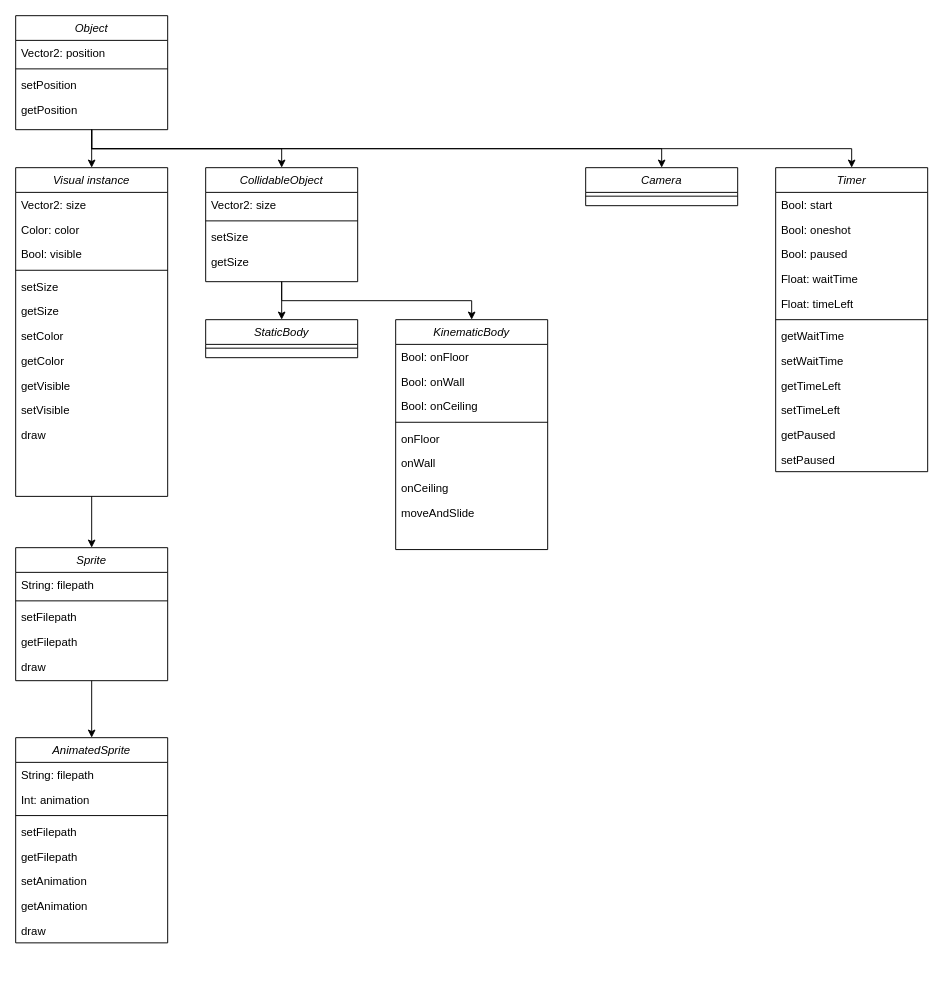
The draw.io diagram Merlin-structure.drawio in LeonStansfield/merlin, before the edit. Source tidied: cells renumbered, new cells numbered last; positions are measured from the earlier drawing's top-left corner, leaving out a move shared by most shapes. Both pictures are drawn from the tidied source at 95%, with x=0, y=0 at pixel (15, 15).
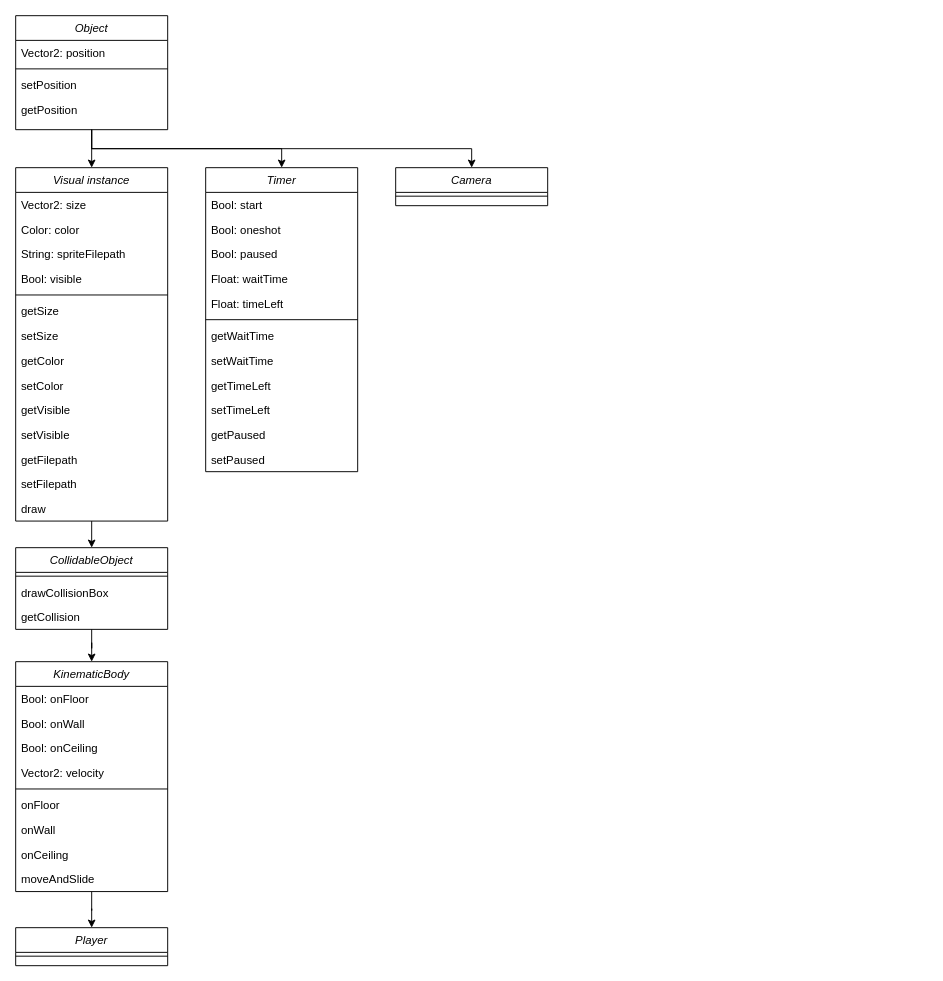
The same diagram, later.

The change refers to these unchanged cells:
```xml
<mxCell id="6" value="Object" style="swimlane;fontStyle=2;align=center;verticalAlign=top;horizontal=1;startSize=26;rounded=0;shadow=0;strokeWidth=1;" parent="1" vertex="1">
  <mxGeometry width="160" height="120" as="geometry" />
</mxCell>
```

The edit, as a diff of the source:
```diff
@@
-    <mxCell id="3" style="edgeStyle=orthogonalEdgeStyle;rounded=0;jettySize=auto;html=1;entryX=0.5;entryY=0;entryDx=0;entryDy=0;" parent="1" edge="1" source="6" target="33">
-      <mxGeometry relative="1" as="geometry">
-        <Array as="points">
-          <mxPoint x="80" y="140" />
-          <mxPoint x="280" y="140" />
-        </Array>
-      </mxGeometry>
-    </mxCell>
     <mxCell id="4" style="edgeStyle=orthogonalEdgeStyle;rounded=0;jettySize=auto;html=1;entryX=0.5;entryY=0;entryDx=0;entryDy=0;" parent="1" edge="1" source="6" target="58">
       <mxGeometry relative="1" as="geometry">
         <Array as="points">
           <mxPoint x="80" y="140" />
-          <mxPoint x="680" y="140" />
+          <mxPoint x="480" y="140" />
         </Array>
       </mxGeometry>
     </mxCell>
     <mxCell id="5" style="edgeStyle=orthogonalEdgeStyle;rounded=0;jettySize=auto;html=1;exitX=0.5;exitY=1;exitDx=0;exitDy=0;entryX=0.5;entryY=0;entryDx=0;entryDy=0;" parent="1" edge="1" source="6" target="60">
-      <mxGeometry relative="1" as="geometry" />
+      <mxGeometry relative="1" as="geometry">
+        <Array as="points">
+          <mxPoint x="80" y="140" />
+          <mxPoint x="280" y="140" />
+        </Array>
+      </mxGeometry>
     </mxCell>
@@
-    <mxCell id="11" style="edgeStyle=orthogonalEdgeStyle;rounded=0;jettySize=auto;html=1;exitX=0.5;exitY=1;exitDx=0;exitDy=0;entryX=0.5;entryY=0;entryDx=0;entryDy=0;" parent="1" edge="1" source="12" target="25">
+    <mxCell id="11" style="edgeStyle=orthogonalEdgeStyle;rounded=0;jettySize=auto;html=1;exitX=0.5;exitY=1;exitDx=0;exitDy=0;entryX=0.5;entryY=0;entryDx=0;entryDy=0;" parent="1" edge="1" source="12" target="33">
       <mxGeometry relative="1" as="geometry" />
     </mxCell>
     <mxCell id="12" value="Visual instance" style="swimlane;fontStyle=2;align=center;verticalAlign=top;horizontal=1;startSize=26;rounded=0;shadow=0;strokeWidth=1;" parent="1" vertex="1">
-      <mxGeometry y="160" width="160" height="346" as="geometry" />
+      <mxGeometry y="160" width="160" height="372" as="geometry" />
     </mxCell>
@@
+    <mxCell id="73" value="String: spriteFilepath" style="text;align=left;verticalAlign=top;spacingLeft=4;spacingRight=4;overflow=hidden;" parent="12" vertex="1">
+      <mxGeometry y="78" width="160" height="26" as="geometry" />
+    </mxCell>
     <mxCell id="15" value="Bool: visible" style="text;align=left;verticalAlign=top;spacingLeft=4;spacingRight=4;overflow=hidden;" parent="12" vertex="1">
-      <mxGeometry y="78" width="160" height="26" as="geometry" />
+      <mxGeometry y="104" width="160" height="26" as="geometry" />
     </mxCell>
     <mxCell id="16" style="line;html=1;strokeWidth=1;align=left;verticalAlign=middle;spacingTop=-1;spacingLeft=3;spacingRight=3;labelPosition=right;" parent="12" vertex="1">
-      <mxGeometry y="104" width="160" height="8" as="geometry" />
+      <mxGeometry y="130" width="160" height="8" as="geometry" />
     </mxCell>
+    <mxCell id="18" value="getSize" style="text;align=left;verticalAlign=top;spacingLeft=4;spacingRight=4;overflow=hidden;" parent="12" vertex="1">
+      <mxGeometry y="138" width="160" height="26" as="geometry" />
+    </mxCell>
     <mxCell id="17" value="setSize" style="text;align=left;verticalAlign=top;spacingLeft=4;spacingRight=4;overflow=hidden;" parent="12" vertex="1">
-      <mxGeometry y="112" width="160" height="26" as="geometry" />
+      <mxGeometry y="164" width="160" height="26" as="geometry" />
     </mxCell>
-    <mxCell id="18" value="getSize" style="text;align=left;verticalAlign=top;spacingLeft=4;spacingRight=4;overflow=hidden;" parent="12" vertex="1">
-      <mxGeometry y="138" width="160" height="26" as="geometry" />
-    </mxCell>
+    <mxCell id="20" value="getColor" style="text;align=left;verticalAlign=top;spacingLeft=4;spacingRight=4;overflow=hidden;" parent="12" vertex="1">
+      <mxGeometry y="190" width="160" height="26" as="geometry" />
+    </mxCell>
     <mxCell id="19" value="setColor" style="text;align=left;verticalAlign=top;spacingLeft=4;spacingRight=4;overflow=hidden;" parent="12" vertex="1">
-      <mxGeometry y="164" width="160" height="26" as="geometry" />
+      <mxGeometry y="216" width="160" height="26" as="geometry" />
     </mxCell>
-    <mxCell id="20" value="getColor" style="text;align=left;verticalAlign=top;spacingLeft=4;spacingRight=4;overflow=hidden;" parent="12" vertex="1">
-      <mxGeometry y="190" width="160" height="26" as="geometry" />
-    </mxCell>
     <mxCell id="21" value="getVisible" style="text;align=left;verticalAlign=top;spacingLeft=4;spacingRight=4;overflow=hidden;" parent="12" vertex="1">
-      <mxGeometry y="216" width="160" height="26" as="geometry" />
+      <mxGeometry y="242" width="160" height="26" as="geometry" />
     </mxCell>
     <mxCell id="22" value="setVisible" style="text;align=left;verticalAlign=top;spacingLeft=4;spacingRight=4;overflow=hidden;" parent="12" vertex="1">
-      <mxGeometry y="242" width="160" height="26" as="geometry" />
+      <mxGeometry y="268" width="160" height="26" as="geometry" />
     </mxCell>
+    <mxCell id="29" value="getFilepath" style="text;align=left;verticalAlign=top;spacingLeft=4;spacingRight=4;overflow=hidden;" parent="12" vertex="1">
+      <mxGeometry y="294" width="160" height="26" as="geometry" />
+    </mxCell>
+    <mxCell id="28" value="setFilepath" style="text;align=left;verticalAlign=top;spacingLeft=4;spacingRight=4;overflow=hidden;" parent="12" vertex="1">
+      <mxGeometry y="320" width="160" height="26" as="geometry" />
+    </mxCell>
     <mxCell id="23" value="draw" style="text;align=left;verticalAlign=top;spacingLeft=4;spacingRight=4;overflow=hidden;" parent="12" vertex="1">
-      <mxGeometry y="268" width="160" height="26" as="geometry" />
+      <mxGeometry y="346" width="160" height="26" as="geometry" />
     </mxCell>
-    <mxCell id="24" style="edgeStyle=orthogonalEdgeStyle;rounded=0;jettySize=auto;html=1;exitX=0.5;exitY=1;exitDx=0;exitDy=0;entryX=0.5;entryY=0;entryDx=0;entryDy=0;" parent="1" edge="1" source="25" target="49">
-      <mxGeometry relative="1" as="geometry" />
-    </mxCell>
-    <mxCell id="25" value="Sprite" style="swimlane;fontStyle=2;align=center;verticalAlign=top;horizontal=1;startSize=26;rounded=0;shadow=0;strokeWidth=1;" parent="1" vertex="1">
-      <mxGeometry y="560" width="160" height="140" as="geometry" />
-    </mxCell>
-    <mxCell id="26" value="String: filepath" style="text;align=left;verticalAlign=top;spacingLeft=4;spacingRight=4;overflow=hidden;" parent="25" vertex="1">
-      <mxGeometry y="26" width="160" height="26" as="geometry" />
-    </mxCell>
-    <mxCell id="27" style="line;html=1;strokeWidth=1;align=left;verticalAlign=middle;spacingTop=-1;spacingLeft=3;spacingRight=3;labelPosition=right;" parent="25" vertex="1">
-      <mxGeometry y="52" width="160" height="8" as="geometry" />
-    </mxCell>
-    <mxCell id="28" value="setFilepath" style="text;align=left;verticalAlign=top;spacingLeft=4;spacingRight=4;overflow=hidden;" parent="25" vertex="1">
-      <mxGeometry y="60" width="160" height="26" as="geometry" />
-    </mxCell>
-    <mxCell id="29" value="getFilepath" style="text;align=left;verticalAlign=top;spacingLeft=4;spacingRight=4;overflow=hidden;" parent="25" vertex="1">
-      <mxGeometry y="86" width="160" height="26" as="geometry" />
-    </mxCell>
-    <mxCell id="30" value="draw" style="text;align=left;verticalAlign=top;spacingLeft=4;spacingRight=4;overflow=hidden;" parent="25" vertex="1">
-      <mxGeometry y="112" width="160" height="26" as="geometry" />
-    </mxCell>
-    <mxCell id="31" style="edgeStyle=orthogonalEdgeStyle;rounded=0;jettySize=auto;html=1;exitX=0.5;exitY=1;exitDx=0;exitDy=0;" parent="1" edge="1" source="33">
-      <mxGeometry relative="1" as="geometry">
-        <mxPoint x="280" y="320" as="targetPoint" />
-      </mxGeometry>
-    </mxCell>
-    <mxCell id="32" style="edgeStyle=orthogonalEdgeStyle;rounded=0;jettySize=auto;html=1;entryX=0.5;entryY=0;entryDx=0;entryDy=0;" parent="1" edge="1" source="33" target="40">
+    <mxCell id="32" style="edgeStyle=orthogonalEdgeStyle;rounded=0;jettySize=auto;html=1;entryX=0.5;entryY=0;entryDx=0;entryDy=0;" parent="1" edge="1" target="40">
       <mxGeometry relative="1" as="geometry">
-        <Array as="points">
-          <mxPoint x="280" y="300" />
-          <mxPoint x="480" y="300" />
-        </Array>
+        <mxPoint x="80" y="686" as="sourcePoint" />
       </mxGeometry>
     </mxCell>
+    <mxCell id="74" style="edgeStyle=orthogonalEdgeStyle;rounded=0;jettySize=auto;html=1;entryX=0.5;entryY=0;entryDx=0;entryDy=0;" parent="1" edge="1" source="33" target="40">
+      <mxGeometry relative="1" as="geometry" />
+    </mxCell>
     <mxCell id="33" value="CollidableObject" style="swimlane;fontStyle=2;align=center;verticalAlign=top;horizontal=1;startSize=26;rounded=0;shadow=0;strokeWidth=1;" parent="1" vertex="1">
-      <mxGeometry x="200" y="160" width="160" height="120" as="geometry" />
+      <mxGeometry y="560" width="160" height="86" as="geometry" />
     </mxCell>
-    <mxCell id="34" value="Vector2: size" style="text;align=left;verticalAlign=top;spacingLeft=4;spacingRight=4;overflow=hidden;" parent="33" vertex="1">
-      <mxGeometry y="26" width="160" height="26" as="geometry" />
-    </mxCell>
     <mxCell id="35" style="line;html=1;strokeWidth=1;align=left;verticalAlign=middle;spacingTop=-1;spacingLeft=3;spacingRight=3;labelPosition=right;" parent="33" vertex="1">
-      <mxGeometry y="52" width="160" height="8" as="geometry" />
+      <mxGeometry y="26" width="160" height="8" as="geometry" />
     </mxCell>
-    <mxCell id="36" value="setSize" style="text;align=left;verticalAlign=top;spacingLeft=4;spacingRight=4;overflow=hidden;" parent="33" vertex="1">
-      <mxGeometry y="60" width="160" height="26" as="geometry" />
-    </mxCell>
-    <mxCell id="37" value="getSize" style="text;align=left;verticalAlign=top;spacingLeft=4;spacingRight=4;overflow=hidden;" parent="33" vertex="1">
-      <mxGeometry y="86" width="160" height="26" as="geometry" />
-    </mxCell>
-    <mxCell id="38" value="StaticBody" style="swimlane;fontStyle=2;align=center;verticalAlign=top;horizontal=1;startSize=26;rounded=0;shadow=0;strokeWidth=1;" parent="1" vertex="1">
-      <mxGeometry x="200" y="320" width="160" height="40" as="geometry" />
-    </mxCell>
-    <mxCell id="39" style="line;html=1;strokeWidth=1;align=left;verticalAlign=middle;spacingTop=-1;spacingLeft=3;spacingRight=3;labelPosition=right;" parent="38" vertex="1">
-      <mxGeometry y="26" width="160" height="8" as="geometry" />
-    </mxCell>
+    <mxCell id="75" value="drawCollisionBox" style="text;align=left;verticalAlign=top;spacingLeft=4;spacingRight=4;overflow=hidden;" parent="33" vertex="1">
+      <mxGeometry y="34" width="160" height="26" as="geometry" />
+    </mxCell>
+    <mxCell id="76" value="getCollision" style="text;align=left;verticalAlign=top;spacingLeft=4;spacingRight=4;overflow=hidden;" parent="33" vertex="1">
+      <mxGeometry y="60" width="160" height="26" as="geometry" />
+    </mxCell>
+    <mxCell id="77" style="edgeStyle=orthogonalEdgeStyle;rounded=0;jettySize=auto;html=1;entryX=0.5;entryY=0;entryDx=0;entryDy=0;" parent="1" edge="1" source="40" target="79">
+      <mxGeometry relative="1" as="geometry" />
+    </mxCell>
     <mxCell id="40" value="KinematicBody" style="swimlane;fontStyle=2;align=center;verticalAlign=top;horizontal=1;startSize=26;rounded=0;shadow=0;strokeWidth=1;" parent="1" vertex="1">
-      <mxGeometry x="400" y="320" width="160" height="242" as="geometry" />
+      <mxGeometry y="680" width="160" height="242" as="geometry" />
     </mxCell>
@@
+    <mxCell id="78" value="Vector2: velocity" style="text;align=left;verticalAlign=top;spacingLeft=4;spacingRight=4;overflow=hidden;" parent="40" vertex="1">
+      <mxGeometry y="104" width="160" height="26" as="geometry" />
+    </mxCell>
     <mxCell id="44" style="line;html=1;strokeWidth=1;align=left;verticalAlign=middle;spacingTop=-1;spacingLeft=3;spacingRight=3;labelPosition=right;" parent="40" vertex="1">
-      <mxGeometry y="104" width="160" height="8" as="geometry" />
+      <mxGeometry y="130" width="160" height="8" as="geometry" />
     </mxCell>
     <mxCell id="45" value="onFloor" style="text;align=left;verticalAlign=top;spacingLeft=4;spacingRight=4;overflow=hidden;" parent="40" vertex="1">
-      <mxGeometry y="112" width="160" height="26" as="geometry" />
+      <mxGeometry y="138" width="160" height="26" as="geometry" />
     </mxCell>
     <mxCell id="46" value="onWall" style="text;align=left;verticalAlign=top;spacingLeft=4;spacingRight=4;overflow=hidden;" parent="40" vertex="1">
-      <mxGeometry y="138" width="160" height="26" as="geometry" />
+      <mxGeometry y="164" width="160" height="26" as="geometry" />
     </mxCell>
     <mxCell id="47" value="onCeiling" style="text;align=left;verticalAlign=top;spacingLeft=4;spacingRight=4;overflow=hidden;" parent="40" vertex="1">
-      <mxGeometry y="164" width="160" height="26" as="geometry" />
+      <mxGeometry y="190" width="160" height="26" as="geometry" />
     </mxCell>
     <mxCell id="48" value="moveAndSlide" style="text;align=left;verticalAlign=top;spacingLeft=4;spacingRight=4;overflow=hidden;" parent="40" vertex="1">
-      <mxGeometry y="190" width="160" height="26" as="geometry" />
+      <mxGeometry y="216" width="160" height="26" as="geometry" />
     </mxCell>
-    <mxCell id="49" value="AnimatedSprite" style="swimlane;fontStyle=2;align=center;verticalAlign=top;horizontal=1;startSize=26;rounded=0;shadow=0;strokeWidth=1;" parent="1" vertex="1">
-      <mxGeometry y="760" width="160" height="216" as="geometry" />
-    </mxCell>
-    <mxCell id="50" value="String: filepath" style="text;align=left;verticalAlign=top;spacingLeft=4;spacingRight=4;overflow=hidden;" parent="49" vertex="1">
-      <mxGeometry y="26" width="160" height="26" as="geometry" />
-    </mxCell>
-    <mxCell id="51" value="Int: animation" style="text;align=left;verticalAlign=top;spacingLeft=4;spacingRight=4;overflow=hidden;" parent="49" vertex="1">
-      <mxGeometry y="52" width="160" height="26" as="geometry" />
-    </mxCell>
-    <mxCell id="52" style="line;html=1;strokeWidth=1;align=left;verticalAlign=middle;spacingTop=-1;spacingLeft=3;spacingRight=3;labelPosition=right;" parent="49" vertex="1">
-      <mxGeometry y="78" width="160" height="8" as="geometry" />
-    </mxCell>
-    <mxCell id="53" value="setFilepath" style="text;align=left;verticalAlign=top;spacingLeft=4;spacingRight=4;overflow=hidden;" parent="49" vertex="1">
-      <mxGeometry y="86" width="160" height="26" as="geometry" />
-    </mxCell>
-    <mxCell id="54" value="getFilepath" style="text;align=left;verticalAlign=top;spacingLeft=4;spacingRight=4;overflow=hidden;" parent="49" vertex="1">
-      <mxGeometry y="112" width="160" height="26" as="geometry" />
-    </mxCell>
-    <mxCell id="55" value="setAnimation" style="text;align=left;verticalAlign=top;spacingLeft=4;spacingRight=4;overflow=hidden;" parent="49" vertex="1">
-      <mxGeometry y="138" width="160" height="26" as="geometry" />
-    </mxCell>
-    <mxCell id="56" value="getAnimation" style="text;align=left;verticalAlign=top;spacingLeft=4;spacingRight=4;overflow=hidden;" parent="49" vertex="1">
-      <mxGeometry y="164" width="160" height="26" as="geometry" />
-    </mxCell>
-    <mxCell id="57" value="draw" style="text;align=left;verticalAlign=top;spacingLeft=4;spacingRight=4;overflow=hidden;" parent="49" vertex="1">
-      <mxGeometry y="190" width="160" height="26" as="geometry" />
-    </mxCell>
-    <mxCell id="58" value="Camera" style="swimlane;fontStyle=2;align=center;verticalAlign=top;horizontal=1;startSize=26;rounded=0;shadow=0;strokeWidth=1;" parent="1" vertex="1">
-      <mxGeometry x="600" y="160" width="160" height="40" as="geometry" />
-    </mxCell>
-    <mxCell id="59" style="line;html=1;strokeWidth=1;align=left;verticalAlign=middle;spacingTop=-1;spacingLeft=3;spacingRight=3;labelPosition=right;" parent="58" vertex="1">
-      <mxGeometry y="26" width="160" height="8" as="geometry" />
-    </mxCell>
     <mxCell id="60" value="Timer&#10;" style="swimlane;fontStyle=2;align=center;verticalAlign=top;horizontal=1;startSize=26;rounded=0;shadow=0;strokeWidth=1;" parent="1" vertex="1">
-      <mxGeometry x="800" y="160" width="160" height="320" as="geometry" />
+      <mxGeometry x="200" y="160" width="160" height="320" as="geometry" />
     </mxCell>
@@
+    <mxCell id="79" value="Player" style="swimlane;fontStyle=2;align=center;verticalAlign=top;horizontal=1;startSize=26;rounded=0;shadow=0;strokeWidth=1;" parent="1" vertex="1">
+      <mxGeometry y="960" width="160" height="40" as="geometry" />
+    </mxCell>
+    <mxCell id="39" style="line;html=1;strokeWidth=1;align=left;verticalAlign=middle;spacingTop=-1;spacingLeft=3;spacingRight=3;labelPosition=right;" parent="79" vertex="1">
+      <mxGeometry y="26" width="160" height="8" as="geometry" />
+    </mxCell>
+    <mxCell id="58" value="Camera" style="swimlane;fontStyle=2;align=center;verticalAlign=top;horizontal=1;startSize=26;rounded=0;shadow=0;strokeWidth=1;" parent="1" vertex="1">
+      <mxGeometry x="400" y="160" width="160" height="40" as="geometry" />
+    </mxCell>
+    <mxCell id="59" style="line;html=1;strokeWidth=1;align=left;verticalAlign=middle;spacingTop=-1;spacingLeft=3;spacingRight=3;labelPosition=right;" parent="58" vertex="1">
+      <mxGeometry y="26" width="160" height="8" as="geometry" />
+    </mxCell>
```
